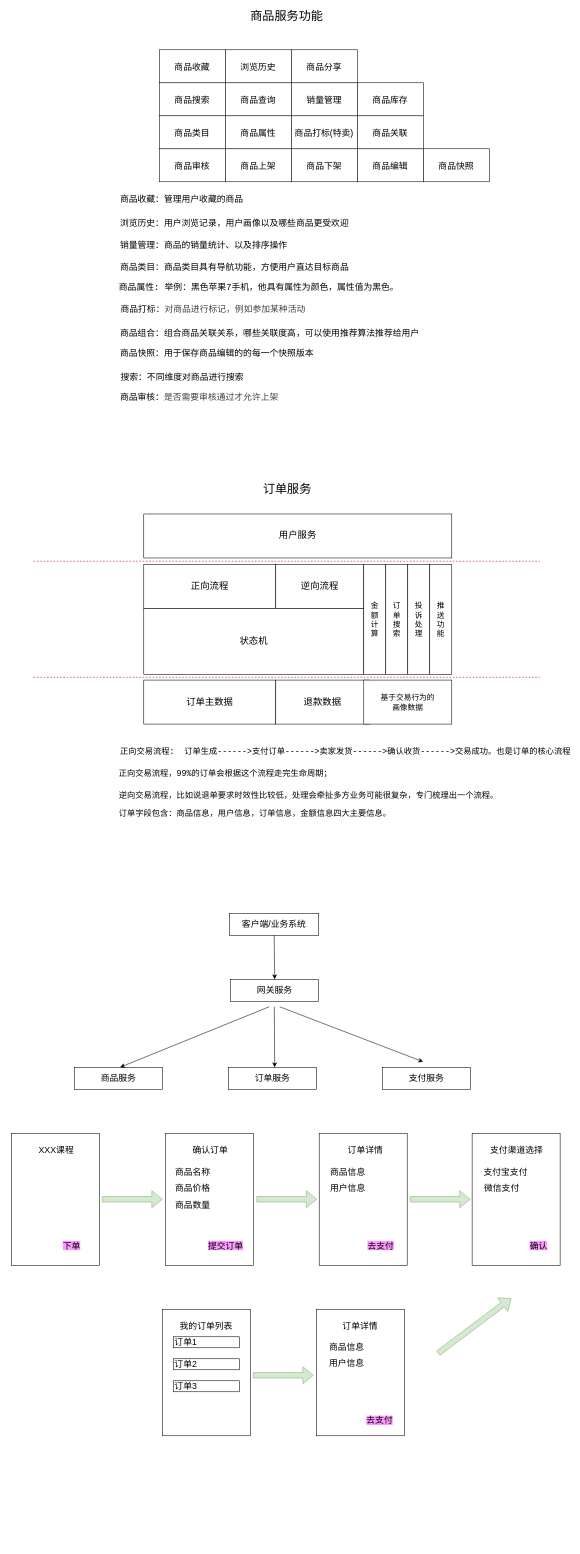
Earlier version of the draw.io diagram 订单架构设计.drawio (chenrushui/draw). Source tidied: cells renumbered, new cells numbered last; positions are measured from the earlier drawing's top-left corner, leaving out a move shared by most shapes. Both pictures are drawn from the tidied source at 55%, with x=0, y=0 at pixel (11, 11).
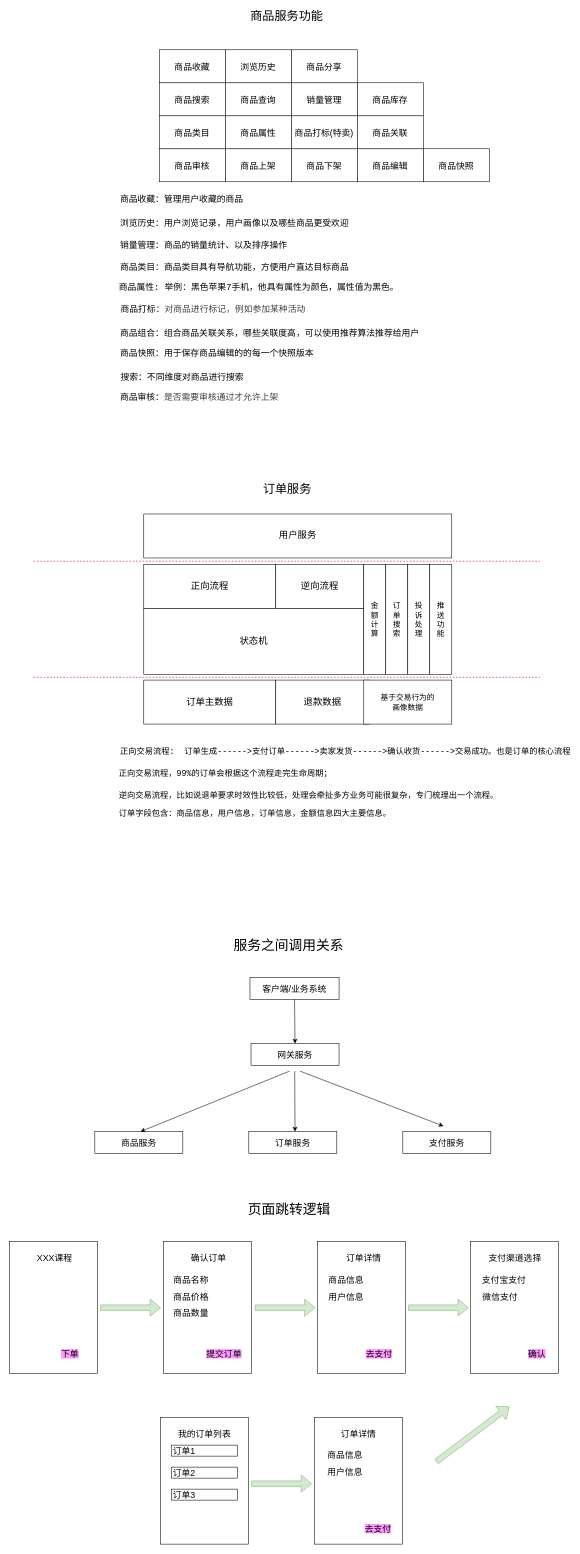
The same diagram, later.

Commit message:
订单架构设计.drawio

Diff of the diagram source:
```diff
@@
     <mxCell id="46" value="网关服务" style="rounded=0;whiteSpace=wrap;html=1;fontFamily=Helvetica;fontSize=16;align=center;" parent="1" vertex="1">
-      <mxGeometry x="398.9" y="1760" width="160" height="40" as="geometry" />
+      <mxGeometry x="435.9" y="1877" width="160" height="40" as="geometry" />
     </mxCell>
     <mxCell id="47" value="商品服务" style="rounded=0;whiteSpace=wrap;html=1;fontFamily=Helvetica;fontSize=16;align=center;" parent="1" vertex="1">
-      <mxGeometry x="114.9" y="1920" width="160" height="40" as="geometry" />
+      <mxGeometry x="151.9" y="2037" width="160" height="40" as="geometry" />
     </mxCell>
     <mxCell id="48" value="订单服务" style="rounded=0;whiteSpace=wrap;html=1;fontFamily=Helvetica;fontSize=16;align=center;" parent="1" vertex="1">
-      <mxGeometry x="394.9" y="1920" width="160" height="40" as="geometry" />
+      <mxGeometry x="431.9" y="2037" width="160" height="40" as="geometry" />
     </mxCell>
     <mxCell id="49" value="支付服务" style="rounded=0;whiteSpace=wrap;html=1;fontFamily=Helvetica;fontSize=16;align=center;" parent="1" vertex="1">
-      <mxGeometry x="674.9" y="1920" width="160" height="40" as="geometry" />
+      <mxGeometry x="711.9" y="2037" width="160" height="40" as="geometry" />
     </mxCell>
     <mxCell id="50" value="客户端/业务系统" style="rounded=0;whiteSpace=wrap;html=1;fontFamily=Helvetica;fontSize=16;align=center;" parent="1" vertex="1">
-      <mxGeometry x="397" y="1640" width="162" height="40" as="geometry" />
+      <mxGeometry x="434" y="1757" width="162" height="40" as="geometry" />
     </mxCell>
@@
     <mxCell id="52" style="endArrow=classic;html=1;fontFamily=Helvetica;fontSize=16;entryX=0.5;entryY=0;entryDx=0;entryDy=0;" parent="1" edge="1">
       <mxGeometry relative="1" as="geometry">
-        <mxPoint x="469" y="1810" as="sourcePoint" />
-        <mxPoint x="197.8" y="1920" as="targetPoint" />
+        <mxPoint x="506" y="1927" as="sourcePoint" />
+        <mxPoint x="234.8" y="2037" as="targetPoint" />
       </mxGeometry>
     </mxCell>
     <mxCell id="53" style="endArrow=classic;html=1;fontFamily=Helvetica;fontSize=16;exitX=0.5;exitY=1;exitDx=0;exitDy=0;entryX=0.5;entryY=0;entryDx=0;entryDy=0;" parent="1" edge="1">
       <mxGeometry relative="1" as="geometry">
-        <mxPoint x="478.3" y="1810" as="sourcePoint" />
-        <mxPoint x="478.9" y="1920" as="targetPoint" />
+        <mxPoint x="515.3" y="1927" as="sourcePoint" />
+        <mxPoint x="515.9" y="2037" as="targetPoint" />
       </mxGeometry>
     </mxCell>
     <mxCell id="54" style="endArrow=classic;html=1;fontFamily=Helvetica;fontSize=16;exitX=0.5;exitY=1;exitDx=0;exitDy=0;" parent="1" edge="1">
       <mxGeometry relative="1" as="geometry">
-        <mxPoint x="488" y="1810" as="sourcePoint" />
-        <mxPoint x="749" y="1910" as="targetPoint" />
+        <mxPoint x="525" y="1927" as="sourcePoint" />
+        <mxPoint x="786" y="2027" as="targetPoint" />
       </mxGeometry>
     </mxCell>
     <mxCell id="55" style="rounded=0;whiteSpace=wrap;html=1;fontFamily=Helvetica;fontSize=16;align=center;" parent="1" vertex="1">
-      <mxGeometry x="0.1" y="2040" width="160" height="240" as="geometry" />
+      <mxGeometry x="-3.1" y="2237" width="160" height="240" as="geometry" />
     </mxCell>
     <mxCell id="56" value="XXX课程" style="text;html=1;strokeColor=none;fillColor=none;align=center;verticalAlign=middle;whiteSpace=wrap;rounded=0;fontFamily=Helvetica;fontSize=16;" parent="1" vertex="1">
-      <mxGeometry x="41.9" y="2060" width="80" height="20" as="geometry" />
+      <mxGeometry x="38.7" y="2257" width="80" height="20" as="geometry" />
     </mxCell>
     <mxCell id="57" value="&lt;span style=&quot;background-color: rgb(255 , 153 , 255)&quot;&gt;下单&lt;/span&gt;" style="text;html=1;strokeColor=none;fillColor=none;align=center;verticalAlign=middle;whiteSpace=wrap;rounded=0;fontFamily=Helvetica;fontSize=16;" parent="1" vertex="1">
-      <mxGeometry x="70.4" y="2234" width="80" height="20" as="geometry" />
+      <mxGeometry x="67.2" y="2431" width="80" height="20" as="geometry" />
     </mxCell>
     <mxCell id="58" style="rounded=0;whiteSpace=wrap;html=1;fontFamily=Helvetica;fontSize=16;align=center;" parent="1" vertex="1">
-      <mxGeometry x="280.1" y="2040" width="160" height="240" as="geometry" />
+      <mxGeometry x="276.9" y="2237" width="160" height="240" as="geometry" />
     </mxCell>
     <mxCell id="59" value="确认订单" style="text;html=1;strokeColor=none;fillColor=none;align=center;verticalAlign=middle;whiteSpace=wrap;rounded=0;fontFamily=Helvetica;fontSize=16;" parent="1" vertex="1">
-      <mxGeometry x="321.9" y="2060" width="80" height="20" as="geometry" />
+      <mxGeometry x="318.7" y="2257" width="80" height="20" as="geometry" />
     </mxCell>
     <mxCell id="60" value="&lt;span style=&quot;background-color: rgb(255 , 153 , 255)&quot;&gt;提交订单&lt;/span&gt;" style="text;html=1;strokeColor=none;fillColor=none;align=center;verticalAlign=middle;whiteSpace=wrap;rounded=0;fontFamily=Helvetica;fontSize=16;" parent="1" vertex="1">
-      <mxGeometry x="350.4" y="2234" width="80" height="20" as="geometry" />
+      <mxGeometry x="347.2" y="2431" width="80" height="20" as="geometry" />
     </mxCell>
     <mxCell id="61" value="商品名称" style="text;html=1;strokeColor=none;fillColor=none;align=center;verticalAlign=middle;whiteSpace=wrap;rounded=0;fontFamily=Helvetica;fontSize=16;" parent="1" vertex="1">
-      <mxGeometry x="290.4" y="2100" width="80" height="20" as="geometry" />
+      <mxGeometry x="287.2" y="2297" width="80" height="20" as="geometry" />
     </mxCell>
     <mxCell id="62" value="商品价格" style="text;html=1;strokeColor=none;fillColor=none;align=center;verticalAlign=middle;whiteSpace=wrap;rounded=0;fontFamily=Helvetica;fontSize=16;" parent="1" vertex="1">
-      <mxGeometry x="290.4" y="2130" width="80" height="20" as="geometry" />
+      <mxGeometry x="287.2" y="2327" width="80" height="20" as="geometry" />
     </mxCell>
     <mxCell id="63" value="商品数量" style="text;html=1;strokeColor=none;fillColor=none;align=center;verticalAlign=middle;whiteSpace=wrap;rounded=0;fontFamily=Helvetica;fontSize=16;" parent="1" vertex="1">
-      <mxGeometry x="290.4" y="2160" width="80" height="20" as="geometry" />
+      <mxGeometry x="287.2" y="2357" width="80" height="20" as="geometry" />
     </mxCell>
     <mxCell id="64" style="rounded=0;whiteSpace=wrap;html=1;fontFamily=Helvetica;fontSize=16;align=center;" parent="1" vertex="1">
-      <mxGeometry x="559.9" y="2040" width="160" height="240" as="geometry" />
+      <mxGeometry x="556.7" y="2237" width="160" height="240" as="geometry" />
     </mxCell>
     <mxCell id="65" value="订单详情" style="text;html=1;strokeColor=none;fillColor=none;align=center;verticalAlign=middle;whiteSpace=wrap;rounded=0;fontFamily=Helvetica;fontSize=16;" parent="1" vertex="1">
-      <mxGeometry x="603.8" y="2060" width="80" height="20" as="geometry" />
+      <mxGeometry x="600.6" y="2257" width="80" height="20" as="geometry" />
     </mxCell>
     <mxCell id="66" value="&lt;span style=&quot;background-color: rgb(255 , 153 , 255)&quot;&gt;去支付&lt;/span&gt;" style="text;html=1;strokeColor=none;fillColor=none;align=center;verticalAlign=middle;whiteSpace=wrap;rounded=0;fontFamily=Helvetica;fontSize=16;" parent="1" vertex="1">
-      <mxGeometry x="632.3" y="2234" width="80" height="20" as="geometry" />
+      <mxGeometry x="629.1" y="2431" width="80" height="20" as="geometry" />
     </mxCell>
     <mxCell id="67" value="商品信息" style="text;html=1;strokeColor=none;fillColor=none;align=center;verticalAlign=middle;whiteSpace=wrap;rounded=0;fontFamily=Helvetica;fontSize=16;" parent="1" vertex="1">
-      <mxGeometry x="572.3" y="2100" width="80" height="20" as="geometry" />
+      <mxGeometry x="569.1" y="2297" width="80" height="20" as="geometry" />
     </mxCell>
     <mxCell id="68" value="用户信息" style="text;html=1;strokeColor=none;fillColor=none;align=center;verticalAlign=middle;whiteSpace=wrap;rounded=0;fontFamily=Helvetica;fontSize=16;" parent="1" vertex="1">
-      <mxGeometry x="572.3" y="2130" width="80" height="20" as="geometry" />
+      <mxGeometry x="569.1" y="2327" width="80" height="20" as="geometry" />
     </mxCell>
     <mxCell id="69" style="shape=flexArrow;endArrow=classic;html=1;fontFamily=Helvetica;fontSize=16;labelBackgroundColor=#99FF33;fillColor=#d5e8d4;strokeColor=#82b366;" parent="1" edge="1">
       <mxGeometry relative="1" as="geometry">
-        <mxPoint x="165.1" y="2160" as="sourcePoint" />
-        <mxPoint x="275.1" y="2160" as="targetPoint" />
+        <mxPoint x="161.9" y="2357" as="sourcePoint" />
+        <mxPoint x="271.9" y="2357" as="targetPoint" />
       </mxGeometry>
     </mxCell>
     <mxCell id="70" style="shape=flexArrow;endArrow=classic;html=1;fontFamily=Helvetica;fontSize=16;fillColor=#d5e8d4;strokeColor=#82b366;" parent="1" edge="1">
       <mxGeometry relative="1" as="geometry">
-        <mxPoint x="446" y="2160" as="sourcePoint" />
-        <mxPoint x="556" y="2160" as="targetPoint" />
+        <mxPoint x="442.8" y="2357" as="sourcePoint" />
+        <mxPoint x="552.8" y="2357" as="targetPoint" />
       </mxGeometry>
     </mxCell>
     <mxCell id="71" style="rounded=0;whiteSpace=wrap;html=1;fontFamily=Helvetica;fontSize=16;align=center;" parent="1" vertex="1">
-      <mxGeometry x="837.9" y="2040" width="160" height="240" as="geometry" />
+      <mxGeometry x="834.7" y="2237" width="160" height="240" as="geometry" />
     </mxCell>
     <mxCell id="72" value="支付渠道选择" style="text;html=1;strokeColor=none;fillColor=none;align=center;verticalAlign=middle;whiteSpace=wrap;rounded=0;fontFamily=Helvetica;fontSize=16;" parent="1" vertex="1">
-      <mxGeometry x="869.4" y="2060" width="99.7" height="20" as="geometry" />
+      <mxGeometry x="866.2" y="2257" width="99.7" height="20" as="geometry" />
     </mxCell>
     <mxCell id="73" value="支付宝支付" style="text;html=1;strokeColor=none;fillColor=none;align=center;verticalAlign=middle;whiteSpace=wrap;rounded=0;fontFamily=Helvetica;fontSize=16;" parent="1" vertex="1">
-      <mxGeometry x="849" y="2100" width="100" height="20" as="geometry" />
+      <mxGeometry x="845.8" y="2297" width="100" height="20" as="geometry" />
     </mxCell>
     <mxCell id="74" value="微信支付" style="text;html=1;strokeColor=none;fillColor=none;align=center;verticalAlign=middle;whiteSpace=wrap;rounded=0;fontFamily=Helvetica;fontSize=16;" parent="1" vertex="1">
-      <mxGeometry x="842" y="2130" width="100" height="20" as="geometry" />
+      <mxGeometry x="838.8" y="2327" width="100" height="20" as="geometry" />
     </mxCell>
     <mxCell id="75" style="shape=flexArrow;endArrow=classic;html=1;fontFamily=Helvetica;fontSize=16;fillColor=#d5e8d4;strokeColor=#82b366;" parent="1" edge="1">
       <mxGeometry relative="1" as="geometry">
-        <mxPoint x="724.9" y="2160" as="sourcePoint" />
-        <mxPoint x="834.9" y="2160" as="targetPoint" />
+        <mxPoint x="721.7" y="2357" as="sourcePoint" />
+        <mxPoint x="831.7" y="2357" as="targetPoint" />
       </mxGeometry>
     </mxCell>
     <mxCell id="76" style="rounded=0;whiteSpace=wrap;html=1;fontFamily=Helvetica;fontSize=16;align=center;" parent="1" vertex="1">
-      <mxGeometry x="274.9" y="2360" width="160" height="230" as="geometry" />
+      <mxGeometry x="271.7" y="2557" width="160" height="230" as="geometry" />
     </mxCell>
     <mxCell id="77" value="我的订单列表" style="text;html=1;strokeColor=none;fillColor=none;align=center;verticalAlign=middle;whiteSpace=wrap;rounded=0;fontFamily=Helvetica;fontSize=16;" parent="1" vertex="1">
-      <mxGeometry x="304.4" y="2380" width="101.1" height="20" as="geometry" />
+      <mxGeometry x="301.2" y="2577" width="101.1" height="20" as="geometry" />
     </mxCell>
     <mxCell id="78" value="&lt;span style=&quot;background-color: rgb(255 , 153 , 255)&quot;&gt;确认&lt;/span&gt;" style="text;html=1;strokeColor=none;fillColor=none;align=center;verticalAlign=middle;whiteSpace=wrap;rounded=0;fontFamily=Helvetica;fontSize=16;" parent="1" vertex="1">
-      <mxGeometry x="919" y="2234" width="80" height="20" as="geometry" />
+      <mxGeometry x="915.8" y="2431" width="80" height="20" as="geometry" />
     </mxCell>
     <mxCell id="79" value="订单1" style="rounded=0;whiteSpace=wrap;html=1;fontFamily=Helvetica;fontSize=16;align=left;" parent="1" vertex="1">
-      <mxGeometry x="294.8" y="2410" width="120" height="20" as="geometry" />
+      <mxGeometry x="291.6" y="2607" width="120" height="20" as="geometry" />
     </mxCell>
     <mxCell id="80" value="订单2" style="rounded=0;whiteSpace=wrap;html=1;fontFamily=Helvetica;fontSize=16;align=left;" parent="1" vertex="1">
-      <mxGeometry x="294.8" y="2450" width="120" height="20" as="geometry" />
+      <mxGeometry x="291.6" y="2647" width="120" height="20" as="geometry" />
     </mxCell>
     <mxCell id="81" value="订单3" style="rounded=0;whiteSpace=wrap;html=1;fontFamily=Helvetica;fontSize=16;align=left;" parent="1" vertex="1">
-      <mxGeometry x="294.8" y="2490" width="120" height="20" as="geometry" />
+      <mxGeometry x="291.6" y="2687" width="120" height="20" as="geometry" />
     </mxCell>
     <mxCell id="82" style="rounded=0;whiteSpace=wrap;html=1;fontFamily=Helvetica;fontSize=16;align=center;" parent="1" vertex="1">
-      <mxGeometry x="554.9" y="2360" width="160" height="230" as="geometry" />
+      <mxGeometry x="551.7" y="2557" width="160" height="230" as="geometry" />
     </mxCell>
     <mxCell id="83" value="订单详情" style="text;html=1;strokeColor=none;fillColor=none;align=center;verticalAlign=middle;whiteSpace=wrap;rounded=0;fontFamily=Helvetica;fontSize=16;" parent="1" vertex="1">
-      <mxGeometry x="584.4" y="2380" width="101.1" height="20" as="geometry" />
+      <mxGeometry x="581.2" y="2577" width="101.1" height="20" as="geometry" />
     </mxCell>
     <mxCell id="84" value="&lt;span style=&quot;background-color: rgb(255 , 153 , 255)&quot;&gt;去支付&lt;/span&gt;" style="text;html=1;strokeColor=none;fillColor=none;align=center;verticalAlign=middle;whiteSpace=wrap;rounded=0;fontFamily=Helvetica;fontSize=16;" parent="1" vertex="1">
-      <mxGeometry x="630.4" y="2552" width="80" height="20" as="geometry" />
+      <mxGeometry x="627.2" y="2749" width="80" height="20" as="geometry" />
     </mxCell>
     <mxCell id="85" value="商品信息" style="text;html=1;strokeColor=none;fillColor=none;align=center;verticalAlign=middle;whiteSpace=wrap;rounded=0;fontFamily=Helvetica;fontSize=16;" parent="1" vertex="1">
-      <mxGeometry x="570.4" y="2418" width="80" height="20" as="geometry" />
+      <mxGeometry x="567.2" y="2615" width="80" height="20" as="geometry" />
     </mxCell>
     <mxCell id="86" value="用户信息" style="text;html=1;strokeColor=none;fillColor=none;align=center;verticalAlign=middle;whiteSpace=wrap;rounded=0;fontFamily=Helvetica;fontSize=16;" parent="1" vertex="1">
-      <mxGeometry x="570.4" y="2448" width="80" height="20" as="geometry" />
+      <mxGeometry x="567.2" y="2645" width="80" height="20" as="geometry" />
     </mxCell>
     <mxCell id="87" style="shape=flexArrow;endArrow=classic;html=1;fontFamily=Helvetica;fontSize=16;labelBackgroundColor=#99FF33;fillColor=#d5e8d4;strokeColor=#82b366;" parent="1" edge="1">
       <mxGeometry relative="1" as="geometry">
-        <mxPoint x="439.8" y="2480" as="sourcePoint" />
-        <mxPoint x="549.8" y="2480" as="targetPoint" />
+        <mxPoint x="436.6" y="2677" as="sourcePoint" />
+        <mxPoint x="546.6" y="2677" as="targetPoint" />
       </mxGeometry>
     </mxCell>
     <mxCell id="88" style="shape=flexArrow;endArrow=classic;html=1;fontFamily=Helvetica;fontSize=16;labelBackgroundColor=#99FF33;fillColor=#d5e8d4;strokeColor=#82b366;" parent="1" edge="1">
       <mxGeometry relative="1" as="geometry">
-        <mxPoint x="776" y="2440" as="sourcePoint" />
-        <mxPoint x="909" y="2340" as="targetPoint" />
+        <mxPoint x="772.8" y="2637" as="sourcePoint" />
+        <mxPoint x="905.8" y="2537" as="targetPoint" />
       </mxGeometry>
     </mxCell>
+    <mxCell id="89" value="&lt;font style=&quot;font-size: 25px&quot;&gt;服务之间调用关系&lt;/font&gt;" style="text;html=1;strokeColor=none;fillColor=none;align=center;verticalAlign=middle;whiteSpace=wrap;rounded=0;" parent="1" vertex="1">
+      <mxGeometry x="390.9" y="1687" width="227" height="20" as="geometry" />
+    </mxCell>
+    <mxCell id="90" value="&lt;font style=&quot;font-size: 25px&quot;&gt;页面跳转逻辑&lt;/font&gt;" style="text;html=1;strokeColor=none;fillColor=none;align=center;verticalAlign=middle;whiteSpace=wrap;rounded=0;" parent="1" vertex="1">
+      <mxGeometry x="391.9" y="2167" width="227" height="20" as="geometry" />
+    </mxCell>
```
